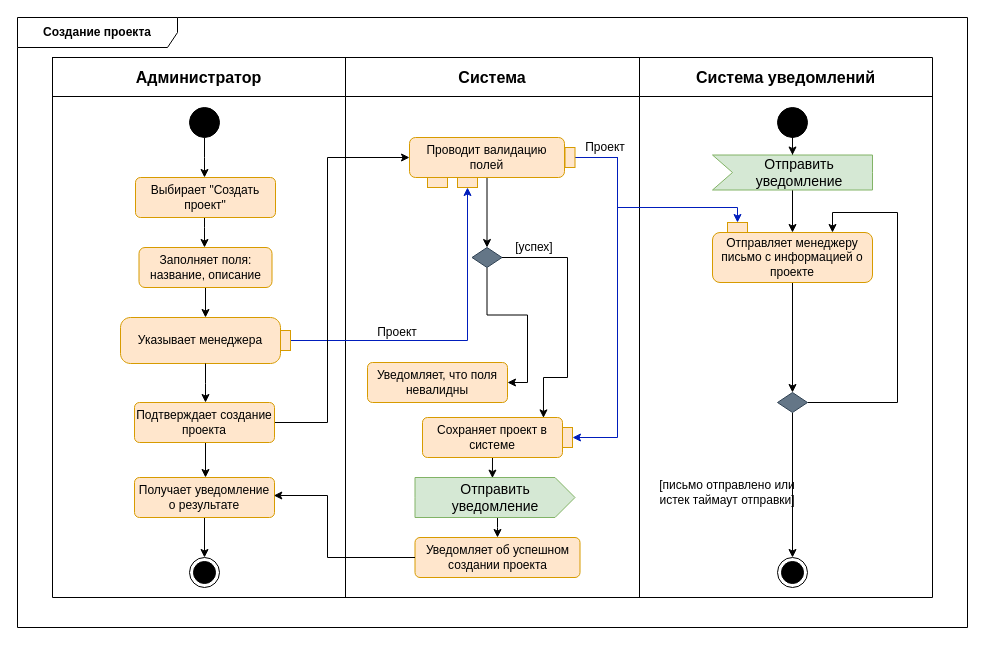
This is docs/raw_diagrams/create_project.drawio from aVorotnikov/thunder_board, a draw.io file, before an edit. Source tidied: cells renumbered, new cells numbered last; positions are measured from the earlier drawing's top-left corner, leaving out a move shared by most shapes. Both pictures are drawn from the tidied source at 100%, with x=0, y=0 at pixel (17, 17).
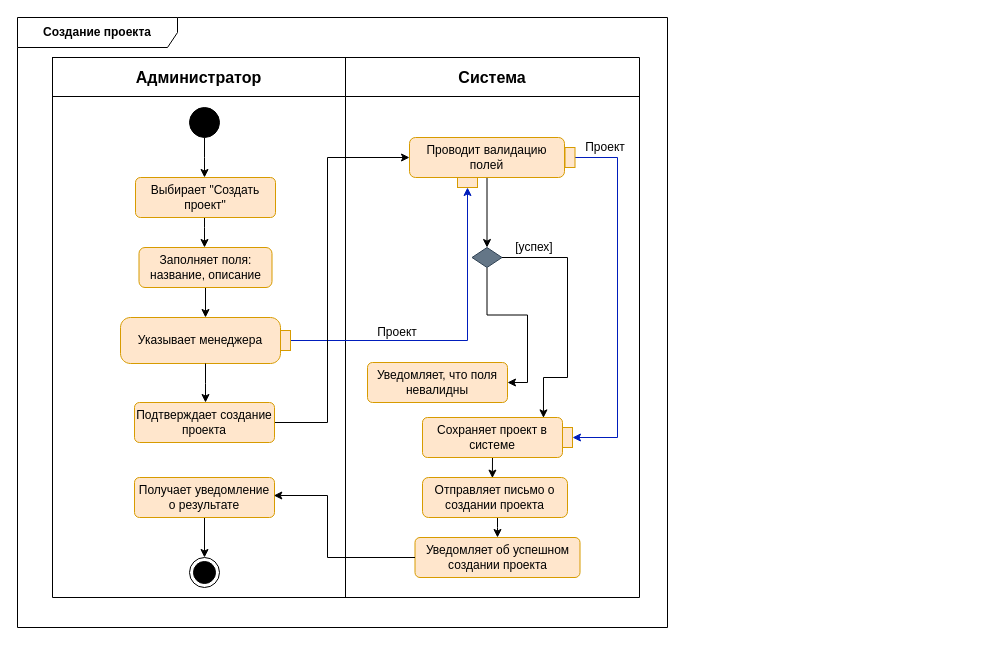
The same diagram, later.

Commit message:
Обновление диаграммы создания проекта

Unchanged cells that the change refers to:
```xml
<mxCell id="46" style="rounded=0;whiteSpace=wrap;html=1;fillColor=#ffe6cc;strokeColor=#d79b00;rotation=90;" parent="2" vertex="1">
  <mxGeometry x="542.5" y="135" width="20" height="10" as="geometry" />
</mxCell>
<mxCell id="55" value="Сохраняет проект в системе" style="html=1;align=center;verticalAlign=middle;rounded=1;absoluteArcSize=1;arcSize=10;dashed=0;whiteSpace=wrap;fillColor=#ffe6cc;strokeColor=#d79b00;" parent="2" vertex="1">
  <mxGeometry x="405" y="400" width="140" height="40" as="geometry" />
</mxCell>
<mxCell id="56" value="Уведомляет об успешном создании проекта" style="html=1;align=center;verticalAlign=middle;rounded=1;absoluteArcSize=1;arcSize=10;dashed=0;whiteSpace=wrap;fillColor=#ffe6cc;strokeColor=#d79b00;" parent="2" vertex="1">
  <mxGeometry x="397.5" y="520" width="165" height="40" as="geometry" />
</mxCell>
```

Change to the diagram source:
```diff
@@
     <mxCell id="2" value="&lt;b&gt;Создание проекта&lt;br&gt;&lt;/b&gt;" style="shape=umlFrame;whiteSpace=wrap;html=1;width=160;" parent="1" vertex="1">
-      <mxGeometry width="950" height="610" as="geometry" />
+      <mxGeometry width="650" height="610" as="geometry" />
     </mxCell>
     <mxCell id="3" style="shape=table;startSize=0;childLayout=tableLayout;fontSize=16;" parent="2" vertex="1">
-      <mxGeometry x="35" y="40" width="880" height="540" as="geometry" />
+      <mxGeometry x="35" y="40" width="587" height="540" as="geometry" />
     </mxCell>
     <mxCell id="4" style="shape=tableRow;horizontal=0;startSize=0;swimlaneHead=0;swimlaneBody=0;strokeColor=inherit;top=0;left=0;bottom=0;right=0;fillColor=none;fontSize=16;" parent="3" vertex="1">
-      <mxGeometry width="880" height="39" as="geometry" />
+      <mxGeometry width="587" height="39" as="geometry" />
     </mxCell>
@@
-    <mxCell id="7" value="&lt;b&gt;Система уведомлений&lt;br&gt;&lt;/b&gt;" style="shape=partialRectangle;html=1;whiteSpace=wrap;strokeColor=inherit;overflow=hidden;fillColor=none;top=0;left=0;bottom=0;right=0;fontSize=16;" parent="4" vertex="1">
-      <mxGeometry x="587" width="293" height="39" as="geometry" />
-    </mxCell>
     <mxCell id="8" style="shape=tableRow;horizontal=0;startSize=0;swimlaneHead=0;swimlaneBody=0;strokeColor=inherit;top=0;left=0;bottom=0;right=0;fillColor=none;fontSize=16;" parent="3" vertex="1">
-      <mxGeometry y="39" width="880" height="501" as="geometry" />
+      <mxGeometry y="39" width="587" height="501" as="geometry" />
     </mxCell>
@@
-    <mxCell id="11" style="shape=partialRectangle;html=1;whiteSpace=wrap;strokeColor=inherit;overflow=hidden;fillColor=none;top=0;left=0;bottom=0;right=0;fontSize=16;" parent="8" vertex="1">
-      <mxGeometry x="587" width="293" height="501" as="geometry" />
-    </mxCell>
@@
-    <mxCell id="18" style="edgeStyle=orthogonalEdgeStyle;rounded=0;jettySize=auto;html=1;entryX=0.5;entryY=1;entryDx=0;entryDy=0;fillColor=#0050ef;strokeColor=#001DBC;exitX=0.5;exitY=0;exitDx=0;exitDy=0;" parent="2" edge="1" source="46" target="47">
-      <mxGeometry relative="1" as="geometry">
-        <Array as="points">
-          <mxPoint x="600" y="140" />
-          <mxPoint x="600" y="190" />
-          <mxPoint x="720" y="190" />
-        </Array>
-      </mxGeometry>
-    </mxCell>
@@
-    <mxCell id="20" style="rounded=0;whiteSpace=wrap;html=1;fillColor=#ffe6cc;strokeColor=#d79b00;" parent="2" vertex="1">
-      <mxGeometry x="410" y="160" width="20" height="10" as="geometry" />
-    </mxCell>
@@
-    <mxCell id="24" style="edgeStyle=orthogonalEdgeStyle;rounded=0;jettySize=auto;html=1;" parent="2" edge="1" source="25" target="29">
-      <mxGeometry relative="1" as="geometry" />
-    </mxCell>
-    <mxCell id="25" value="Отправляет менеджеру письмо с информацией о проекте" style="rounded=1;whiteSpace=wrap;html=1;fillColor=#ffe6cc;strokeColor=#d79b00;" parent="2" vertex="1">
-      <mxGeometry x="695" y="215" width="160" height="50" as="geometry" />
-    </mxCell>
@@
-    <mxCell id="27" style="edgeStyle=orthogonalEdgeStyle;rounded=0;jettySize=auto;html=1;entryX=0.75;entryY=0;entryDx=0;entryDy=0;" parent="2" edge="1" source="29" target="25">
-      <mxGeometry relative="1" as="geometry">
-        <Array as="points">
-          <mxPoint x="880" y="385" />
-          <mxPoint x="880" y="195" />
-          <mxPoint x="815" y="195" />
-        </Array>
-      </mxGeometry>
-    </mxCell>
-    <mxCell id="28" style="edgeStyle=orthogonalEdgeStyle;rounded=0;jettySize=auto;html=1;entryX=0.5;entryY=0;entryDx=0;entryDy=0;" parent="2" edge="1" source="29" target="50">
-      <mxGeometry relative="1" as="geometry" />
-    </mxCell>
-    <mxCell id="29" style="rhombus;whiteSpace=wrap;html=1;fillColor=#647687;fontColor=#ffffff;strokeColor=#314354;" parent="2" vertex="1">
-      <mxGeometry x="760" y="375" width="30" height="20" as="geometry" />
-    </mxCell>
-    <mxCell id="30" value="[письмо отправлено или истек таймаут отправки]" style="text;html=1;strokeColor=none;fillColor=none;align=center;verticalAlign=middle;whiteSpace=wrap;rounded=0;" parent="2" vertex="1">
-      <mxGeometry x="640" y="460" width="140" height="30" as="geometry" />
-    </mxCell>
@@
-    <mxCell id="39" style="edgeStyle=orthogonalEdgeStyle;rounded=0;jettySize=auto;html=1;entryX=0.5;entryY=0;entryDx=0;entryDy=0;" parent="2" edge="1" source="40" target="56">
+    <mxCell id="39" style="edgeStyle=orthogonalEdgeStyle;rounded=0;jettySize=auto;html=1;entryX=0.5;entryY=0;entryDx=0;entryDy=0;" parent="2" edge="1" target="56">
       <mxGeometry relative="1" as="geometry">
+        <mxPoint x="480" y="500" as="sourcePoint" />
         <Array as="points">
           <mxPoint x="480" y="510" />
           <mxPoint x="480" y="510" />
         </Array>
       </mxGeometry>
     </mxCell>
-    <mxCell id="40" value="Отправить уведомление" style="html=1;shape=mxgraph.infographic.ribbonSimple;notch1=0;notch2=20;align=center;verticalAlign=middle;fontSize=14;fontStyle=0;fillColor=#d5e8d4;whiteSpace=wrap;strokeColor=#82b366;" parent="2" vertex="1">
-      <mxGeometry x="397.5" y="460" width="160" height="40" as="geometry" />
-    </mxCell>
-    <mxCell id="41" style="edgeStyle=orthogonalEdgeStyle;rounded=0;orthogonalLoop=1;jettySize=auto;html=1;" parent="2" edge="1">
-      <mxGeometry relative="1" as="geometry">
-        <mxPoint x="188" y="425" as="sourcePoint" />
-        <mxPoint x="188" y="460" as="targetPoint" />
-      </mxGeometry>
-    </mxCell>
-    <mxCell id="42" style="edgeStyle=orthogonalEdgeStyle;rounded=0;jettySize=auto;html=1;exitX=0.5;exitY=1;exitDx=0;exitDy=0;entryX=0.484;entryY=0.015;entryDx=0;entryDy=0;entryPerimeter=0;" parent="2" edge="1" source="55" target="40">
-      <mxGeometry relative="1" as="geometry" />
+    <mxCell id="42" style="edgeStyle=orthogonalEdgeStyle;rounded=0;jettySize=auto;html=1;exitX=0.5;exitY=1;exitDx=0;exitDy=0;entryX=0.484;entryY=0.015;entryDx=0;entryDy=0;entryPerimeter=0;" parent="2" edge="1" source="55">
+      <mxGeometry relative="1" as="geometry">
+        <mxPoint x="474.9" y="460.6" as="targetPoint" />
+      </mxGeometry>
     </mxCell>
-    <mxCell id="43" style="edgeStyle=orthogonalEdgeStyle;rounded=0;jettySize=auto;html=1;" parent="2" edge="1" source="44" target="49">
-      <mxGeometry relative="1" as="geometry" />
+    <mxCell id="43" style="edgeStyle=orthogonalEdgeStyle;rounded=0;orthogonalLoop=1;jettySize=auto;html=1;" parent="2" edge="1">
+      <mxGeometry relative="1" as="geometry">
+        <mxPoint x="775" y="137.5" as="targetPoint" />
+      </mxGeometry>
     </mxCell>
-    <mxCell id="44" style="ellipse;fillColor=strokeColor;html=1;" parent="2" vertex="1">
-      <mxGeometry x="760" y="90" width="30" height="30" as="geometry" />
-    </mxCell>
@@
-    <mxCell id="47" style="rounded=0;whiteSpace=wrap;html=1;fillColor=#ffe6cc;strokeColor=#d79b00;rotation=-180;" parent="2" vertex="1">
-      <mxGeometry x="710" y="205" width="20" height="10" as="geometry" />
-    </mxCell>
-    <mxCell id="48" style="edgeStyle=orthogonalEdgeStyle;rounded=0;jettySize=auto;html=1;" parent="2" edge="1" source="49" target="25">
-      <mxGeometry relative="1" as="geometry" />
-    </mxCell>
-    <mxCell id="49" value="Отправить уведомление" style="html=1;shape=mxgraph.infographic.ribbonSimple;notch1=20;notch2=0;align=center;verticalAlign=middle;fontSize=14;fontStyle=0;fillColor=#d5e8d4;flipH=0;spacingRight=0;spacingLeft=14;whiteSpace=wrap;strokeColor=#82b366;" parent="2" vertex="1">
-      <mxGeometry x="695" y="137.5" width="160" height="35" as="geometry" />
-    </mxCell>
-    <mxCell id="50" style="ellipse;html=1;shape=endState;fillColor=strokeColor;" parent="2" vertex="1">
-      <mxGeometry x="760" y="540" width="30" height="30" as="geometry" />
-    </mxCell>
@@
+    <mxCell id="60" value="Отправляет письмо о создании проекта" style="rounded=1;whiteSpace=wrap;html=1;fillColor=#ffe6cc;strokeColor=#d79b00;" parent="2" vertex="1">
+      <mxGeometry x="405" y="460" width="145" height="40" as="geometry" />
+    </mxCell>
```
